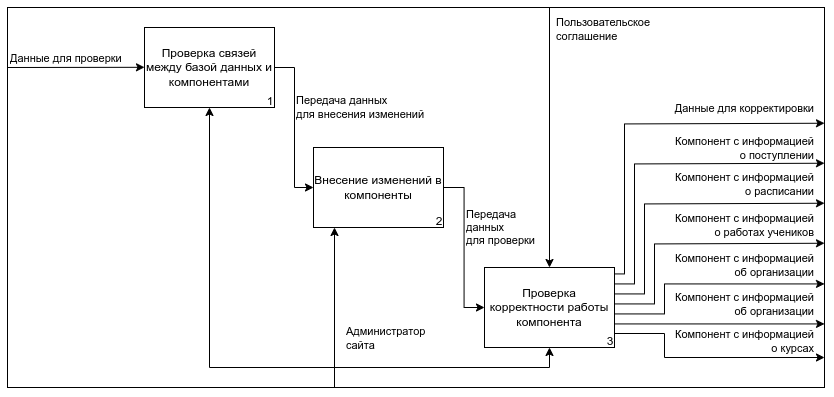
Earlier version of the draw.io export images/diagrams/idef0-decompose-2.drawio.png (gitoqe/diploma). Source tidied: cells renumbered, new cells last; positions are measured from the earlier drawing's top-left corner, leaving out a move shared by most shapes.
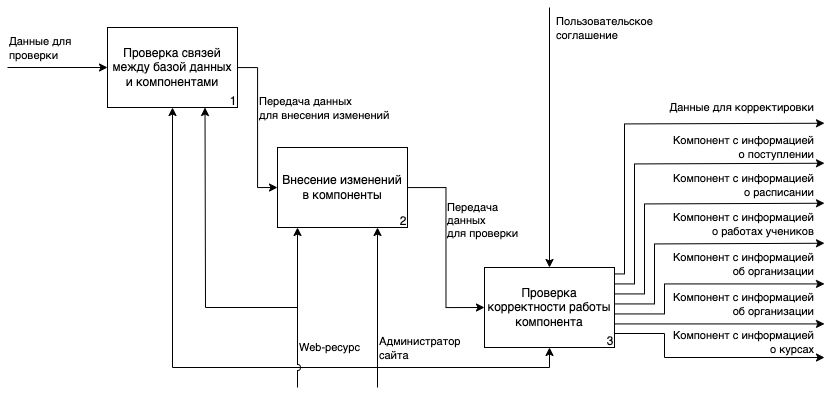
Later version of the same file.

What changed in the source:
```diff
@@ -2,208 +2,224 @@
   <root>
     <mxCell id="0" />
     <mxCell id="1" parent="0" />
-    <mxCell id="2" style="rounded=0;whiteSpace=wrap;html=1;" parent="1" vertex="1">
-      <mxGeometry width="817" height="380" as="geometry" />
+    <mxCell id="2" style="endArrow=classic;html=1;rounded=0;align=right;" parent="1" edge="1">
+      <mxGeometry relative="1" as="geometry">
+        <mxPoint x="602" y="326" as="sourcePoint" />
+        <mxPoint x="817" y="350" as="targetPoint" />
+        <Array as="points">
+          <mxPoint x="657" y="326" />
+          <mxPoint x="657" y="350" />
+        </Array>
+      </mxGeometry>
     </mxCell>
-    <mxCell id="3" style="endArrow=classic;html=1;rounded=0;align=right;" parent="1" edge="1">
-      <mxGeometry relative="1" as="geometry">
-        <mxPoint x="602" y="326" as="sourcePoint" />
-        <mxPoint x="817" y="350" as="targetPoint" />
-        <Array as="points">
-          <mxPoint x="657" y="326" />
-          <mxPoint x="657" y="350" />
-        </Array>
+    <mxCell id="3" value="Компонент с информацией&lt;br&gt;о курсах" style="edgeLabel;html=1;align=right;verticalAlign=middle;" parent="2" vertex="1">
+      <mxGeometry x="-0.4" y="-1" relative="1" as="geometry">
+        <mxPoint x="151" y="-9" as="offset" />
       </mxGeometry>
     </mxCell>
-    <mxCell id="4" value="Компонент с информацией&lt;br&gt;о курсах" style="edgeLabel;html=1;align=right;verticalAlign=middle;" parent="3" vertex="1">
-      <mxGeometry x="-0.4" y="-1" relative="1" as="geometry">
-        <mxPoint x="151" y="-9" as="offset" />
-      </mxGeometry>
+    <mxCell id="4" style="group;fontStyle=4;" parent="1" vertex="1">
+      <mxGeometry x="100" y="20" width="130" height="80" as="geometry" />
     </mxCell>
-    <mxCell id="5" style="group;fontStyle=4;" parent="1" vertex="1">
-      <mxGeometry x="137" y="20" width="130" height="80" as="geometry" />
+    <mxCell id="5" style="group;" parent="4" vertex="1">
+      <mxGeometry width="130" height="80" as="geometry" />
     </mxCell>
-    <mxCell id="6" style="group;" parent="5" vertex="1">
+    <mxCell id="6" value="Проверка связей между базой данных и компонентами" style="rounded=0;whiteSpace=wrap;html=1;" parent="5" vertex="1">
       <mxGeometry width="130" height="80" as="geometry" />
     </mxCell>
-    <mxCell id="7" value="Проверка связей между базой данных и компонентами" style="rounded=0;whiteSpace=wrap;html=1;" parent="6" vertex="1">
-      <mxGeometry width="130" height="80" as="geometry" />
+    <mxCell id="7" value="1" style="text;html=1;strokeColor=none;fillColor=none;align=center;verticalAlign=middle;whiteSpace=wrap;rounded=0;" parent="5" vertex="1">
+      <mxGeometry x="121.9" y="68.9" width="8.1" height="10" as="geometry" />
     </mxCell>
-    <mxCell id="8" value="1" style="text;html=1;strokeColor=none;fillColor=none;align=center;verticalAlign=middle;whiteSpace=wrap;rounded=0;" parent="6" vertex="1">
-      <mxGeometry x="121.9" y="68.9" width="8.1" height="10" as="geometry" />
+    <mxCell id="8" style="group;" parent="1" vertex="1">
+      <mxGeometry x="270" y="140" width="130" height="80" as="geometry" />
     </mxCell>
-    <mxCell id="9" style="group;" parent="1" vertex="1">
-      <mxGeometry x="306" y="140" width="130" height="80" as="geometry" />
+    <mxCell id="9" value="Внесение изменений в компоненты" style="rounded=0;whiteSpace=wrap;html=1;" parent="8" vertex="1">
+      <mxGeometry width="130" height="80" as="geometry" />
     </mxCell>
-    <mxCell id="10" value="Внесение изменений в компоненты" style="rounded=0;whiteSpace=wrap;html=1;" parent="9" vertex="1">
-      <mxGeometry width="130" height="80" as="geometry" />
+    <mxCell id="10" value="2" style="text;html=1;strokeColor=none;fillColor=none;align=center;verticalAlign=middle;whiteSpace=wrap;rounded=0;" parent="8" vertex="1">
+      <mxGeometry x="121.9" y="68.9" width="8.1" height="10" as="geometry" />
     </mxCell>
-    <mxCell id="11" value="2" style="text;html=1;strokeColor=none;fillColor=none;align=center;verticalAlign=middle;whiteSpace=wrap;rounded=0;" parent="9" vertex="1">
-      <mxGeometry x="121.9" y="68.9" width="8.1" height="10" as="geometry" />
+    <mxCell id="11" style="group;" parent="1" vertex="1">
+      <mxGeometry x="477" y="260" width="130" height="80" as="geometry" />
     </mxCell>
-    <mxCell id="12" style="group;" parent="1" vertex="1">
-      <mxGeometry x="477" y="260" width="130" height="80" as="geometry" />
+    <mxCell id="12" value="Проверка корректности работы компонента" style="rounded=0;whiteSpace=wrap;html=1;" parent="11" vertex="1">
+      <mxGeometry width="130" height="80" as="geometry" />
     </mxCell>
-    <mxCell id="13" value="Проверка корректности работы компонента" style="rounded=0;whiteSpace=wrap;html=1;" parent="12" vertex="1">
-      <mxGeometry width="130" height="80" as="geometry" />
+    <mxCell id="13" value="3" style="text;html=1;strokeColor=none;fillColor=none;align=center;verticalAlign=middle;whiteSpace=wrap;rounded=0;" parent="11" vertex="1">
+      <mxGeometry x="121.9" y="68.9" width="8.1" height="10" as="geometry" />
     </mxCell>
-    <mxCell id="14" value="3" style="text;html=1;strokeColor=none;fillColor=none;align=center;verticalAlign=middle;whiteSpace=wrap;rounded=0;" parent="12" vertex="1">
-      <mxGeometry x="121.9" y="68.9" width="8.1" height="10" as="geometry" />
+    <mxCell id="14" style="edgeStyle=orthogonalEdgeStyle;rounded=0;jettySize=auto;html=1;entryX=0;entryY=0.5;entryDx=0;entryDy=0;" parent="1" edge="1" source="6" target="9">
+      <mxGeometry relative="1" as="geometry">
+        <Array as="points">
+          <mxPoint x="250" y="60" />
+          <mxPoint x="250" y="180" />
+        </Array>
+      </mxGeometry>
     </mxCell>
-    <mxCell id="15" style="edgeStyle=orthogonalEdgeStyle;rounded=0;jettySize=auto;html=1;entryX=0;entryY=0.5;entryDx=0;entryDy=0;" parent="1" edge="1" source="7" target="10">
-      <mxGeometry relative="1" as="geometry">
-        <Array as="points">
-          <mxPoint x="287" y="60" />
-          <mxPoint x="287" y="180" />
-        </Array>
+    <mxCell id="15" value="Передача данных&lt;br&gt;для внесения изменений" style="edgeLabel;html=1;align=left;verticalAlign=middle;" parent="14" vertex="1">
+      <mxGeometry x="-0.35" y="3" relative="1" as="geometry">
+        <mxPoint x="-3" y="8" as="offset" />
       </mxGeometry>
     </mxCell>
-    <mxCell id="16" value="Передача данных&lt;br&gt;для внесения изменений" style="edgeLabel;html=1;align=left;verticalAlign=middle;" parent="15" vertex="1">
-      <mxGeometry x="-0.35" y="3" relative="1" as="geometry">
-        <mxPoint x="-3" y="8" as="offset" />
-      </mxGeometry>
+    <mxCell id="16" style="edgeStyle=orthogonalEdgeStyle;rounded=0;jettySize=auto;html=1;entryX=0;entryY=0.5;entryDx=0;entryDy=0;" parent="1" edge="1" source="9" target="12">
+      <mxGeometry relative="1" as="geometry" />
     </mxCell>
-    <mxCell id="17" style="edgeStyle=orthogonalEdgeStyle;rounded=0;jettySize=auto;html=1;entryX=0;entryY=0.5;entryDx=0;entryDy=0;" parent="1" edge="1" source="10" target="13">
-      <mxGeometry relative="1" as="geometry" />
+    <mxCell id="17" value="Передача&lt;br&gt;данных&lt;br&gt;для проверки" style="edgeLabel;html=1;align=left;verticalAlign=middle;" parent="16" vertex="1">
+      <mxGeometry x="-0.45" y="2" relative="1" as="geometry">
+        <mxPoint x="-2" y="16" as="offset" />
+      </mxGeometry>
     </mxCell>
-    <mxCell id="18" value="Передача&lt;br&gt;данных&lt;br&gt;для проверки" style="edgeLabel;html=1;align=left;verticalAlign=middle;" parent="17" vertex="1">
-      <mxGeometry x="-0.45" y="2" relative="1" as="geometry">
-        <mxPoint x="-2" y="16" as="offset" />
+    <mxCell id="18" style="endArrow=classic;html=1;rounded=0;align=right;" parent="1" edge="1">
+      <mxGeometry relative="1" as="geometry">
+        <mxPoint x="607" y="266.4" as="sourcePoint" />
+        <mxPoint x="817" y="115.7" as="targetPoint" />
+        <Array as="points">
+          <mxPoint x="617" y="266.4" />
+          <mxPoint x="617" y="116.4" />
+        </Array>
       </mxGeometry>
     </mxCell>
-    <mxCell id="19" style="endArrow=classic;html=1;rounded=0;align=right;" parent="1" edge="1">
-      <mxGeometry relative="1" as="geometry">
-        <mxPoint x="607" y="266.4" as="sourcePoint" />
-        <mxPoint x="817" y="115.7" as="targetPoint" />
-        <Array as="points">
-          <mxPoint x="617" y="266.4" />
-          <mxPoint x="617" y="116.4" />
-        </Array>
+    <mxCell id="19" value="Данные для корректировки" style="edgeLabel;html=1;align=right;verticalAlign=middle;" parent="18" vertex="1">
+      <mxGeometry x="-0.4" y="-1" relative="1" as="geometry">
+        <mxPoint x="189" y="-69" as="offset" />
       </mxGeometry>
     </mxCell>
-    <mxCell id="20" value="Данные для корректировки" style="edgeLabel;html=1;align=right;verticalAlign=middle;" parent="19" vertex="1">
-      <mxGeometry x="-0.4" y="-1" relative="1" as="geometry">
-        <mxPoint x="189" y="-69" as="offset" />
+    <mxCell id="20" style="endArrow=classic;html=1;rounded=0;align=right;" parent="1" edge="1">
+      <mxGeometry relative="1" as="geometry">
+        <mxPoint x="607" y="276.4" as="sourcePoint" />
+        <mxPoint x="817" y="155.7" as="targetPoint" />
+        <Array as="points">
+          <mxPoint x="627" y="276.4" />
+          <mxPoint x="627" y="156.4" />
+        </Array>
       </mxGeometry>
     </mxCell>
-    <mxCell id="21" style="endArrow=classic;html=1;rounded=0;align=right;" parent="1" edge="1">
-      <mxGeometry relative="1" as="geometry">
-        <mxPoint x="607" y="276.4" as="sourcePoint" />
-        <mxPoint x="817" y="155.7" as="targetPoint" />
-        <Array as="points">
-          <mxPoint x="627" y="276.4" />
-          <mxPoint x="627" y="156.4" />
-        </Array>
+    <mxCell id="21" value="Компонент с информацией&lt;br&gt;о поступлении" style="edgeLabel;html=1;align=right;verticalAlign=middle;" parent="20" vertex="1">
+      <mxGeometry x="-0.4" y="-1" relative="1" as="geometry">
+        <mxPoint x="179" y="-58" as="offset" />
       </mxGeometry>
     </mxCell>
-    <mxCell id="22" value="Компонент с информацией&lt;br&gt;о поступлении" style="edgeLabel;html=1;align=right;verticalAlign=middle;" parent="21" vertex="1">
-      <mxGeometry x="-0.4" y="-1" relative="1" as="geometry">
-        <mxPoint x="179" y="-58" as="offset" />
+    <mxCell id="22" style="endArrow=classic;html=1;rounded=0;align=right;" parent="1" edge="1">
+      <mxGeometry relative="1" as="geometry">
+        <mxPoint x="607" y="286.4" as="sourcePoint" />
+        <mxPoint x="817" y="195.7" as="targetPoint" />
+        <Array as="points">
+          <mxPoint x="637" y="286.4" />
+          <mxPoint x="637" y="196.4" />
+        </Array>
       </mxGeometry>
     </mxCell>
-    <mxCell id="23" style="endArrow=classic;html=1;rounded=0;align=right;" parent="1" edge="1">
-      <mxGeometry relative="1" as="geometry">
-        <mxPoint x="607" y="286.4" as="sourcePoint" />
-        <mxPoint x="817" y="195.7" as="targetPoint" />
-        <Array as="points">
-          <mxPoint x="637" y="286.4" />
-          <mxPoint x="637" y="196.4" />
-        </Array>
+    <mxCell id="23" value="Компонент с информацией&lt;br&gt;о расписании" style="edgeLabel;html=1;align=right;verticalAlign=middle;" parent="22" vertex="1">
+      <mxGeometry x="-0.4" y="-1" relative="1" as="geometry">
+        <mxPoint x="169" y="-50" as="offset" />
       </mxGeometry>
     </mxCell>
-    <mxCell id="24" value="Компонент с информацией&lt;br&gt;о расписании" style="edgeLabel;html=1;align=right;verticalAlign=middle;" parent="23" vertex="1">
-      <mxGeometry x="-0.4" y="-1" relative="1" as="geometry">
-        <mxPoint x="169" y="-50" as="offset" />
+    <mxCell id="24" style="endArrow=classic;html=1;rounded=0;align=right;" parent="1" edge="1">
+      <mxGeometry relative="1" as="geometry">
+        <mxPoint x="607" y="296.4" as="sourcePoint" />
+        <mxPoint x="817" y="235.7" as="targetPoint" />
+        <Array as="points">
+          <mxPoint x="647" y="296.4" />
+          <mxPoint x="647" y="236.4" />
+        </Array>
       </mxGeometry>
     </mxCell>
-    <mxCell id="25" style="endArrow=classic;html=1;rounded=0;align=right;" parent="1" edge="1">
-      <mxGeometry relative="1" as="geometry">
-        <mxPoint x="607" y="296.4" as="sourcePoint" />
-        <mxPoint x="817" y="235.7" as="targetPoint" />
-        <Array as="points">
-          <mxPoint x="647" y="296.4" />
-          <mxPoint x="647" y="236.4" />
-        </Array>
+    <mxCell id="25" value="Компонент с информацией&lt;br&gt;о работах учеников" style="edgeLabel;html=1;align=right;verticalAlign=middle;" parent="24" vertex="1">
+      <mxGeometry x="-0.4" y="-1" relative="1" as="geometry">
+        <mxPoint x="159" y="-39" as="offset" />
       </mxGeometry>
     </mxCell>
-    <mxCell id="26" value="Компонент с информацией&lt;br&gt;о работах учеников" style="edgeLabel;html=1;align=right;verticalAlign=middle;" parent="25" vertex="1">
-      <mxGeometry x="-0.4" y="-1" relative="1" as="geometry">
-        <mxPoint x="159" y="-39" as="offset" />
+    <mxCell id="26" style="endArrow=classic;html=1;rounded=0;align=right;" parent="1" edge="1">
+      <mxGeometry relative="1" as="geometry">
+        <mxPoint x="607" y="306.4" as="sourcePoint" />
+        <mxPoint x="817" y="276.4" as="targetPoint" />
+        <Array as="points">
+          <mxPoint x="657" y="306.4" />
+          <mxPoint x="657" y="276.4" />
+        </Array>
       </mxGeometry>
     </mxCell>
-    <mxCell id="27" style="endArrow=classic;html=1;rounded=0;align=right;" parent="1" edge="1">
-      <mxGeometry relative="1" as="geometry">
-        <mxPoint x="607" y="306.4" as="sourcePoint" />
-        <mxPoint x="817" y="276.4" as="targetPoint" />
-        <Array as="points">
-          <mxPoint x="657" y="306.4" />
-          <mxPoint x="657" y="276.4" />
-        </Array>
+    <mxCell id="27" value="Компонент с информацией&lt;br&gt;об организации" style="edgeLabel;html=1;align=right;verticalAlign=middle;" parent="26" vertex="1">
+      <mxGeometry x="-0.4" y="-1" relative="1" as="geometry">
+        <mxPoint x="149" y="-28" as="offset" />
       </mxGeometry>
     </mxCell>
-    <mxCell id="28" value="Компонент с информацией&lt;br&gt;об организации" style="edgeLabel;html=1;align=right;verticalAlign=middle;" parent="27" vertex="1">
-      <mxGeometry x="-0.4" y="-1" relative="1" as="geometry">
-        <mxPoint x="149" y="-28" as="offset" />
+    <mxCell id="28" style="endArrow=classic;html=1;rounded=0;align=right;" parent="1" edge="1">
+      <mxGeometry relative="1" as="geometry">
+        <mxPoint x="607" y="316.4" as="sourcePoint" />
+        <mxPoint x="817" y="316.4" as="targetPoint" />
       </mxGeometry>
     </mxCell>
-    <mxCell id="29" style="endArrow=classic;html=1;rounded=0;align=right;" parent="1" edge="1">
-      <mxGeometry relative="1" as="geometry">
-        <mxPoint x="607" y="316.4" as="sourcePoint" />
-        <mxPoint x="817" y="316.4" as="targetPoint" />
+    <mxCell id="29" value="Компонент с информацией&lt;br&gt;об организации" style="edgeLabel;html=1;align=right;verticalAlign=middle;" parent="28" vertex="1">
+      <mxGeometry x="-0.4" y="-1" relative="1" as="geometry">
+        <mxPoint x="137" y="-21" as="offset" />
       </mxGeometry>
     </mxCell>
-    <mxCell id="30" value="Компонент с информацией&lt;br&gt;об организации" style="edgeLabel;html=1;align=right;verticalAlign=middle;" parent="29" vertex="1">
-      <mxGeometry x="-0.4" y="-1" relative="1" as="geometry">
-        <mxPoint x="137" y="-21" as="offset" />
+    <mxCell id="30" style="endArrow=classic;html=1;rounded=0;entryX=0.5;entryY=0;entryDx=0;entryDy=0;" parent="1" edge="1" target="12">
+      <mxGeometry relative="1" as="geometry">
+        <mxPoint x="542" as="sourcePoint" />
       </mxGeometry>
     </mxCell>
-    <mxCell id="31" style="endArrow=classic;html=1;rounded=0;entryX=0.5;entryY=0;entryDx=0;entryDy=0;" parent="1" edge="1" target="13">
-      <mxGeometry relative="1" as="geometry">
-        <mxPoint x="542" as="sourcePoint" />
+    <mxCell id="31" value="Пользовательское&lt;br&gt;соглашение" style="edgeLabel;html=1;align=left;verticalAlign=middle;" parent="30" vertex="1">
+      <mxGeometry x="0.32" y="1" relative="1" as="geometry">
+        <mxPoint x="4" y="-152" as="offset" />
       </mxGeometry>
     </mxCell>
-    <mxCell id="32" value="Пользовательское&lt;br&gt;соглашение" style="edgeLabel;html=1;align=left;verticalAlign=middle;" parent="31" vertex="1">
-      <mxGeometry x="0.32" y="1" relative="1" as="geometry">
-        <mxPoint x="4" y="-152" as="offset" />
+    <mxCell id="32" style="endArrow=classic;html=1;rounded=0;" parent="1" edge="1">
+      <mxGeometry relative="1" as="geometry">
+        <mxPoint x="370" y="380" as="sourcePoint" />
+        <mxPoint x="370" y="220" as="targetPoint" />
       </mxGeometry>
     </mxCell>
-    <mxCell id="33" style="endArrow=classic;html=1;rounded=0;" parent="1" edge="1">
-      <mxGeometry relative="1" as="geometry">
-        <mxPoint x="327" y="380" as="sourcePoint" />
-        <mxPoint x="327" y="220" as="targetPoint" />
+    <mxCell id="33" value="Администратор&lt;br&gt;сайта" style="edgeLabel;html=1;align=left;verticalAlign=middle;" parent="32" vertex="1">
+      <mxGeometry x="0.32" y="1" relative="1" as="geometry">
+        <mxPoint x="1" y="66" as="offset" />
       </mxGeometry>
     </mxCell>
-    <mxCell id="34" value="Администратор&lt;br&gt;сайта" style="edgeLabel;html=1;align=left;verticalAlign=middle;" parent="33" vertex="1">
-      <mxGeometry x="0.32" y="1" relative="1" as="geometry">
-        <mxPoint x="11" y="56" as="offset" />
+    <mxCell id="34" style="endArrow=classic;html=1;rounded=0;entryX=0.5;entryY=1;entryDx=0;entryDy=0;jumpStyle=none;" parent="1" edge="1" target="12">
+      <mxGeometry relative="1" as="geometry">
+        <mxPoint x="327" y="360" as="sourcePoint" />
+        <Array as="points">
+          <mxPoint x="542" y="360" />
+        </Array>
       </mxGeometry>
     </mxCell>
-    <mxCell id="35" style="endArrow=classic;html=1;rounded=0;entryX=0.5;entryY=1;entryDx=0;entryDy=0;" parent="1" edge="1" target="13">
+    <mxCell id="35" style="endArrow=classic;html=1;rounded=0;" parent="1" edge="1">
       <mxGeometry relative="1" as="geometry">
-        <mxPoint x="327" y="360" as="sourcePoint" />
-        <Array as="points">
-          <mxPoint x="542" y="360" />
-        </Array>
+        <mxPoint y="60" as="sourcePoint" />
+        <mxPoint x="100" y="60" as="targetPoint" />
       </mxGeometry>
     </mxCell>
-    <mxCell id="36" style="endArrow=classic;html=1;rounded=0;" parent="1" edge="1">
-      <mxGeometry relative="1" as="geometry">
-        <mxPoint y="60" as="sourcePoint" />
-        <mxPoint x="137" y="59.8" as="targetPoint" />
+    <mxCell id="36" value="&lt;span&gt;Данные для &lt;br&gt;проверки&lt;/span&gt;" style="edgeLabel;html=1;align=left;verticalAlign=middle;" parent="35" vertex="1">
+      <mxGeometry x="-0.53" y="1" relative="1" as="geometry">
+        <mxPoint x="-24" y="-19" as="offset" />
       </mxGeometry>
     </mxCell>
-    <mxCell id="37" value="&lt;span style=&quot;&quot;&gt;Данные для проверки&lt;/span&gt;" style="edgeLabel;html=1;align=left;verticalAlign=middle;" parent="36" vertex="1">
-      <mxGeometry x="-0.53" y="1" relative="1" as="geometry">
-        <mxPoint x="-32" y="-9" as="offset" />
+    <mxCell id="37" style="endArrow=classic;html=1;rounded=0;entryX=0.5;entryY=1;entryDx=0;entryDy=0;" parent="1" edge="1" target="6">
+      <mxGeometry relative="1" as="geometry">
+        <mxPoint x="330" y="360" as="sourcePoint" />
+        <Array as="points">
+          <mxPoint x="165" y="360" />
+        </Array>
       </mxGeometry>
     </mxCell>
-    <mxCell id="38" style="endArrow=classic;html=1;rounded=0;entryX=0.5;entryY=1;entryDx=0;entryDy=0;" parent="1" edge="1" target="7">
+    <mxCell id="38" style="endArrow=classic;html=1;rounded=0;jumpStyle=arc;" parent="1" edge="1">
       <mxGeometry relative="1" as="geometry">
-        <mxPoint x="330" y="360" as="sourcePoint" />
-        <Array as="points">
-          <mxPoint x="202" y="360" />
-        </Array>
+        <mxPoint x="290" y="380" as="sourcePoint" />
+        <mxPoint x="290" y="220" as="targetPoint" />
       </mxGeometry>
     </mxCell>
+    <mxCell id="39" value="Web-ресурс" style="edgeLabel;html=1;align=left;verticalAlign=middle;" parent="38" vertex="1">
+      <mxGeometry x="0.32" y="1" relative="1" as="geometry">
+        <mxPoint x="1" y="65" as="offset" />
+      </mxGeometry>
+    </mxCell>
+    <mxCell id="40" style="endArrow=classic;html=1;rounded=0;jumpStyle=arc;entryX=0.75;entryY=1;entryDx=0;entryDy=0;" parent="1" edge="1" target="6">
+      <mxGeometry relative="1" as="geometry">
+        <mxPoint x="290" y="300" as="sourcePoint" />
+        <Array as="points">
+          <mxPoint x="198" y="300" />
+        </Array>
+      </mxGeometry>
+    </mxCell>
   </root>
 </mxGraphModel>
```
